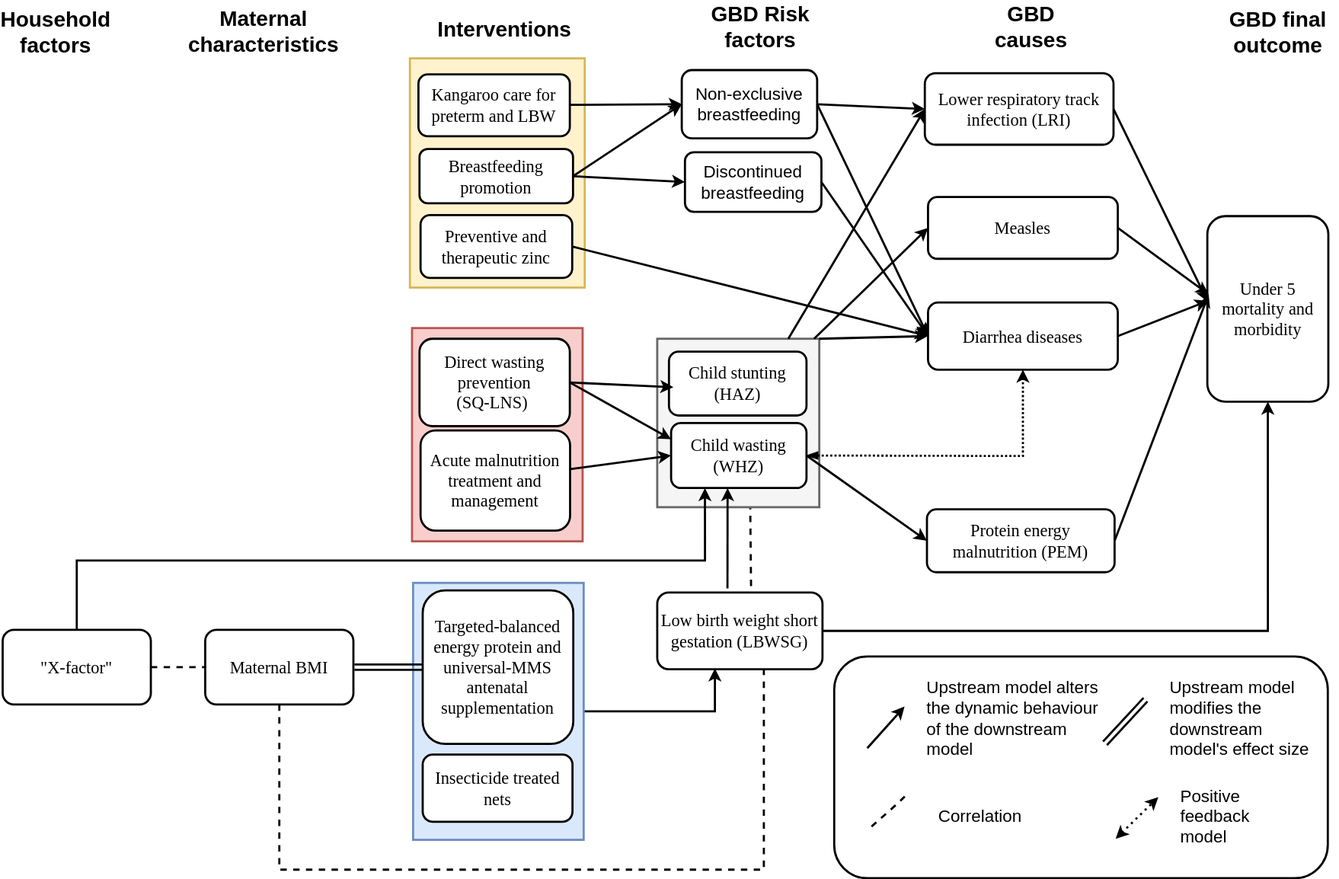
ihmeuw/vivarium_research keeps this draw.io diagram as docs/source/concept_models/vivarium_ciff_sam/am_concept_model_diagram.svg. Above is the earlier version. Source tidied: cells renumbered, new cells last; positions are measured from the earlier drawing's top-left corner, leaving out a move shared by most shapes.
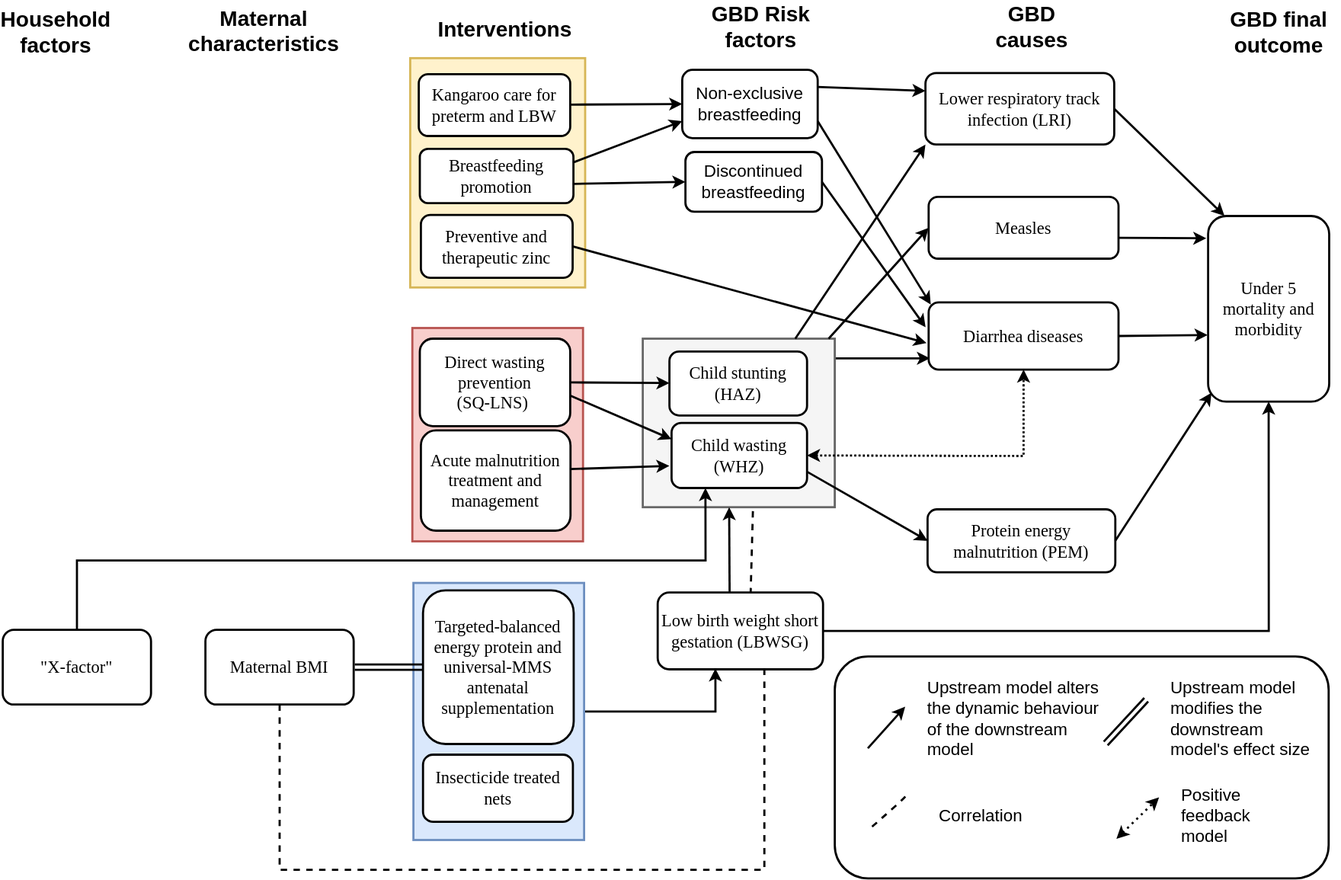
After the commit.

Commit message:
add model 4.5.7 to v and v table

What changed in the source:
```diff
@@ -2,6 +2,9 @@
   <root>
     <mxCell id="0" />
     <mxCell id="1" parent="0" />
+    <mxCell id="53" style="endArrow=classic;html=1;strokeWidth=2;fontSize=16;entryX=0.007;entryY=0.832;entryDx=0;entryDy=0;entryPerimeter=0;exitX=0.961;exitY=0.117;exitDx=0;exitDy=0;exitPerimeter=0;" parent="1" edge="1" source="4" target="59">
+      <mxGeometry relative="1" as="geometry" />
+    </mxCell>
     <mxCell id="2" style="rounded=1;whiteSpace=wrap;html=1;fontSize=16;strokeWidth=2;" parent="1" vertex="1">
       <mxGeometry x="780" y="601" width="463" height="208" as="geometry" />
     </mxCell>
@@ -15,7 +18,7 @@
       </mxGeometry>
     </mxCell>
     <mxCell id="4" style="rounded=0;whiteSpace=wrap;html=1;fontSize=16;strokeWidth=2;fillColor=#f5f5f5;strokeColor=#666666;fontColor=#333333;" parent="1" vertex="1">
-      <mxGeometry x="614" y="303" width="152" height="158" as="geometry" />
+      <mxGeometry x="600" y="303" width="180" height="158" as="geometry" />
     </mxCell>
     <mxCell id="5" style="rounded=0;whiteSpace=wrap;html=1;fontSize=16;strokeWidth=2;fillColor=#fff2cc;strokeColor=#d6b656;" parent="1" vertex="1">
       <mxGeometry x="382" y="40" width="164" height="215" as="geometry" />
@@ -35,9 +38,6 @@
     <mxCell id="10" style="edgeStyle=orthogonalEdgeStyle;rounded=0;jettySize=auto;html=1;entryX=0.5;entryY=1;entryDx=0;entryDy=0;fontSize=16;strokeWidth=2;" parent="1" edge="1" source="11" target="15">
       <mxGeometry relative="1" as="geometry" />
     </mxCell>
-    <mxCell id="11" value="&lt;font style=&quot;font-size: 16px;&quot;&gt;Low birth weight short gestation (LBWSG)&lt;/font&gt;" style="rounded=1;whiteSpace=wrap;html=1;shadow=0;labelBackgroundColor=none;strokeWidth=2;fontFamily=Verdana;fontSize=16;align=center;" parent="1" vertex="1">
-      <mxGeometry x="614" y="541" width="155" height="72" as="geometry" />
-    </mxCell>
     <mxCell id="12" value="&lt;font face=&quot;Verdana&quot; style=&quot;font-size: 16px;&quot;&gt;&lt;span style=&quot;font-size: 16px;&quot;&gt;Protein energy malnutrition&amp;nbsp;(PEM)&lt;/span&gt;&lt;/font&gt;" style="rounded=1;whiteSpace=wrap;html=1;fontSize=16;strokeWidth=2;" parent="1" vertex="1">
       <mxGeometry x="867" y="463" width="176" height="59" as="geometry" />
     </mxCell>
@@ -77,21 +77,21 @@
     <mxCell id="23" value="&lt;font style=&quot;font-size: 16px;&quot;&gt;Child stunting&lt;br style=&quot;font-size: 16px;&quot;&gt;(HAZ)&lt;/font&gt;" style="rounded=1;whiteSpace=wrap;html=1;shadow=0;labelBackgroundColor=none;strokeWidth=2;fontFamily=Verdana;fontSize=16;align=center;" parent="1" vertex="1">
       <mxGeometry x="625" y="315" width="129" height="60" as="geometry" />
     </mxCell>
-    <mxCell id="24" style="endArrow=classic;html=1;fontSize=16;exitX=0.425;exitY=-0.054;exitDx=0;exitDy=0;exitPerimeter=0;strokeWidth=2;" parent="1" edge="1" source="11">
+    <mxCell id="24" style="endArrow=classic;html=1;fontSize=16;strokeWidth=2;exitX=0.435;exitY=0.023;exitDx=0;exitDy=0;exitPerimeter=0;" parent="1" edge="1" source="11">
       <mxGeometry relative="1" as="geometry">
-        <mxPoint x="680" y="443" as="targetPoint" />
+        <mxPoint x="681" y="461" as="targetPoint" />
       </mxGeometry>
     </mxCell>
-    <mxCell id="25" style="endArrow=classic;html=1;exitX=1;exitY=0.5;exitDx=0;exitDy=0;entryX=0;entryY=0.5;entryDx=0;entryDy=0;fontSize=16;strokeWidth=2;" parent="1" edge="1" source="9" target="12">
+    <mxCell id="25" style="endArrow=classic;html=1;entryX=0;entryY=0.5;entryDx=0;entryDy=0;fontSize=16;strokeWidth=2;exitX=1;exitY=0.75;exitDx=0;exitDy=0;" parent="1" edge="1" source="9" target="12">
       <mxGeometry relative="1" as="geometry" />
     </mxCell>
-    <mxCell id="26" style="endArrow=classic;html=1;entryX=0.004;entryY=0.462;entryDx=0;entryDy=0;exitX=1;exitY=0.5;exitDx=0;exitDy=0;entryPerimeter=0;fontSize=16;strokeWidth=2;" parent="1" edge="1" source="14" target="15">
+    <mxCell id="26" style="endArrow=classic;html=1;entryX=0.135;entryY=-0.001;entryDx=0;entryDy=0;exitX=1;exitY=0.5;exitDx=0;exitDy=0;entryPerimeter=0;fontSize=16;strokeWidth=2;" parent="1" edge="1" source="14" target="15">
       <mxGeometry relative="1" as="geometry" />
     </mxCell>
-    <mxCell id="27" style="endArrow=classic;html=1;entryX=0.011;entryY=0.422;entryDx=0;entryDy=0;entryPerimeter=0;exitX=1;exitY=0.5;exitDx=0;exitDy=0;fontSize=16;strokeWidth=2;" parent="1" edge="1" source="13" target="15">
+    <mxCell id="27" style="endArrow=classic;html=1;entryX=-0.015;entryY=0.12;entryDx=0;entryDy=0;entryPerimeter=0;fontSize=16;strokeWidth=2;exitX=1.004;exitY=0.664;exitDx=0;exitDy=0;exitPerimeter=0;" parent="1" edge="1" source="13" target="15">
       <mxGeometry relative="1" as="geometry" />
     </mxCell>
-    <mxCell id="28" style="endArrow=classic;html=1;entryX=0.011;entryY=0.422;entryDx=0;entryDy=0;entryPerimeter=0;exitX=1;exitY=0.5;exitDx=0;exitDy=0;fontSize=16;strokeWidth=2;" parent="1" edge="1" source="12" target="15">
+    <mxCell id="28" style="endArrow=classic;html=1;exitX=1;exitY=0.5;exitDx=0;exitDy=0;fontSize=16;strokeWidth=2;entryX=0.028;entryY=0.952;entryDx=0;entryDy=0;entryPerimeter=0;" parent="1" edge="1" source="12" target="15">
       <mxGeometry relative="1" as="geometry" />
     </mxCell>
     <mxCell id="29" value="Upstream model alters the dynamic behaviour of the downstream model" style="text;html=1;align=left;verticalAlign=middle;whiteSpace=wrap;rounded=0;fontSize=16;strokeWidth=2;" parent="1" vertex="1">
@@ -103,7 +103,7 @@
     <mxCell id="31" value="&lt;span style=&quot;font-size: 16px;&quot;&gt;Acute malnutrition treatment and management&lt;/span&gt;" style="rounded=1;whiteSpace=wrap;html=1;shadow=0;labelBackgroundColor=none;strokeWidth=2;fontFamily=Verdana;fontSize=16;align=center;" parent="1" vertex="1">
       <mxGeometry x="392" y="389" width="140.2" height="94" as="geometry" />
     </mxCell>
-    <mxCell id="32" style="endArrow=classic;html=1;exitX=1;exitY=0.386;exitDx=0;exitDy=0;exitPerimeter=0;entryX=0;entryY=0.5;entryDx=0;entryDy=0;fontSize=16;strokeWidth=2;" parent="1" edge="1" source="31" target="9">
+    <mxCell id="32" style="endArrow=classic;html=1;exitX=1;exitY=0.386;exitDx=0;exitDy=0;exitPerimeter=0;entryX=-0.016;entryY=0.66;entryDx=0;entryDy=0;fontSize=16;strokeWidth=2;entryPerimeter=0;" parent="1" edge="1" source="31" target="9">
       <mxGeometry relative="1" as="geometry" />
     </mxCell>
     <mxCell id="33" value="&lt;span style=&quot;font-size: 16px&quot;&gt;Maternal BMI&lt;/span&gt;" style="rounded=1;whiteSpace=wrap;html=1;shadow=0;labelBackgroundColor=none;strokeWidth=2;fontFamily=Verdana;fontSize=16;align=center;" parent="1" vertex="1">
@@ -126,7 +126,7 @@
     <mxCell id="37" value="Upstream model modifies the downstream model's effect size" style="text;html=1;align=left;verticalAlign=middle;whiteSpace=wrap;rounded=0;fontSize=16;strokeWidth=2;" parent="1" vertex="1">
       <mxGeometry x="1093" y="636.5" width="140" height="44" as="geometry" />
     </mxCell>
-    <mxCell id="38" style="endArrow=classic;html=1;exitX=1;exitY=0.5;exitDx=0;exitDy=0;entryX=0;entryY=0.25;entryDx=0;entryDy=0;fontSize=16;strokeWidth=2;" parent="1" edge="1" source="42" target="9">
+    <mxCell id="38" style="endArrow=classic;html=1;exitX=0.992;exitY=0.645;exitDx=0;exitDy=0;entryX=0;entryY=0.25;entryDx=0;entryDy=0;fontSize=16;strokeWidth=2;exitPerimeter=0;" parent="1" edge="1" source="42" target="9">
       <mxGeometry relative="1" as="geometry" />
     </mxCell>
     <mxCell id="39" value="&lt;font style=&quot;font-size: 16px;&quot;&gt;Non-exclusive breastfeeding&lt;/font&gt;" style="rounded=1;whiteSpace=wrap;html=1;fontSize=16;strokeWidth=2;" parent="1" vertex="1">
@@ -141,16 +141,16 @@
     <mxCell id="42" value="&lt;span style=&quot;font-size: 16px&quot;&gt;Direct wasting prevention &lt;br style=&quot;font-size: 16px&quot;&gt;(&lt;/span&gt;&lt;font style=&quot;font-size: 16px&quot;&gt;SQ-LNS&lt;/font&gt;&lt;span style=&quot;font-size: 16px&quot;&gt;)&amp;nbsp;&lt;/span&gt;" style="rounded=1;whiteSpace=wrap;html=1;shadow=0;labelBackgroundColor=none;strokeWidth=2;fontFamily=Verdana;fontSize=16;align=center;" parent="1" vertex="1">
       <mxGeometry x="391" y="303" width="141" height="82" as="geometry" />
     </mxCell>
-    <mxCell id="43" style="endArrow=classic;html=1;exitX=1;exitY=0.5;exitDx=0;exitDy=0;entryX=0.004;entryY=0.457;entryDx=0;entryDy=0;entryPerimeter=0;fontSize=16;strokeWidth=2;" parent="1" edge="1" source="59" target="15">
+    <mxCell id="43" style="endArrow=classic;html=1;exitX=1;exitY=0.5;exitDx=0;exitDy=0;entryX=-0.004;entryY=0.641;entryDx=0;entryDy=0;entryPerimeter=0;fontSize=16;strokeWidth=2;" parent="1" edge="1" source="59" target="15">
       <mxGeometry relative="1" as="geometry" />
     </mxCell>
-    <mxCell id="44" style="endArrow=classic;html=1;exitX=1;exitY=0.5;exitDx=0;exitDy=0;entryX=0.032;entryY=0.557;entryDx=0;entryDy=0;entryPerimeter=0;fontSize=16;strokeWidth=2;" parent="1" edge="1" source="42" target="23">
+    <mxCell id="44" style="endArrow=classic;html=1;exitX=1;exitY=0.5;exitDx=0;exitDy=0;fontSize=16;strokeWidth=2;" parent="1" edge="1" source="42" target="23">
       <mxGeometry relative="1" as="geometry" />
     </mxCell>
-    <mxCell id="45" style="endArrow=classic;html=1;strokeWidth=2;exitX=1;exitY=0.5;exitDx=0;exitDy=0;entryX=0;entryY=0.5;entryDx=0;entryDy=0;fontSize=16;" parent="1" edge="1" source="48" target="39">
+    <mxCell id="45" style="endArrow=classic;html=1;strokeWidth=2;exitX=1;exitY=0.25;exitDx=0;exitDy=0;entryX=0;entryY=0.75;entryDx=0;entryDy=0;fontSize=16;" parent="1" edge="1" source="48" target="39">
       <mxGeometry relative="1" as="geometry" />
     </mxCell>
-    <mxCell id="46" style="endArrow=classic;html=1;strokeWidth=2;entryX=0;entryY=0.5;entryDx=0;entryDy=0;exitX=1;exitY=0.5;exitDx=0;exitDy=0;fontSize=16;" parent="1" edge="1" source="48" target="40">
+    <mxCell id="46" style="endArrow=classic;html=1;strokeWidth=2;entryX=0;entryY=0.5;entryDx=0;entryDy=0;fontSize=16;exitX=0.997;exitY=0.644;exitDx=0;exitDy=0;exitPerimeter=0;" parent="1" edge="1" source="48" target="40">
       <mxGeometry relative="1" as="geometry" />
     </mxCell>
     <mxCell id="47" value="&lt;span style=&quot;font-size: 16px;&quot;&gt;Preventive and therapeutic zinc&lt;/span&gt;" style="rounded=1;whiteSpace=wrap;html=1;shadow=0;labelBackgroundColor=none;strokeWidth=2;fontFamily=Verdana;fontSize=16;align=center;" parent="1" vertex="1">
@@ -159,22 +159,21 @@
     <mxCell id="48" value="&lt;span style=&quot;font-size: 16px;&quot;&gt;Breastfeeding promotion&lt;/span&gt;" style="rounded=1;whiteSpace=wrap;html=1;shadow=0;labelBackgroundColor=none;strokeWidth=2;fontFamily=Verdana;fontSize=16;align=center;" parent="1" vertex="1">
       <mxGeometry x="391" y="125" width="144" height="51" as="geometry" />
     </mxCell>
-    <mxCell id="49" style="endArrow=classic;html=1;exitX=1;exitY=0.5;exitDx=0;exitDy=0;entryX=0;entryY=0.5;entryDx=0;entryDy=0;fontSize=16;strokeWidth=2;" parent="1" edge="1" source="39" target="14">
+    <mxCell id="49" style="endArrow=classic;html=1;fontSize=16;strokeWidth=2;entryX=0;entryY=0.25;entryDx=0;entryDy=0;exitX=1;exitY=0.25;exitDx=0;exitDy=0;" parent="1" edge="1" source="39" target="14">
       <mxGeometry relative="1" as="geometry" />
     </mxCell>
-    <mxCell id="50" style="endArrow=classic;html=1;exitX=1;exitY=0.5;exitDx=0;exitDy=0;entryX=0;entryY=0.5;entryDx=0;entryDy=0;fontSize=16;strokeWidth=2;" parent="1" edge="1" source="39" target="59">
-      <mxGeometry relative="1" as="geometry" />
+    <mxCell id="50" style="endArrow=classic;html=1;fontSize=16;strokeWidth=2;exitX=1;exitY=0.75;exitDx=0;exitDy=0;" parent="1" edge="1" source="39">
+      <mxGeometry relative="1" as="geometry">
+        <mxPoint x="870" y="271" as="targetPoint" />
+      </mxGeometry>
     </mxCell>
-    <mxCell id="51" style="endArrow=classic;html=1;exitX=1;exitY=0.5;exitDx=0;exitDy=0;entryX=0;entryY=0.5;entryDx=0;entryDy=0;fontSize=16;strokeWidth=2;" parent="1" edge="1" source="40" target="59">
+    <mxCell id="51" style="endArrow=classic;html=1;exitX=1;exitY=0.5;exitDx=0;exitDy=0;entryX=-0.016;entryY=0.37;entryDx=0;entryDy=0;fontSize=16;strokeWidth=2;entryPerimeter=0;" parent="1" edge="1" source="40" target="59">
       <mxGeometry relative="1" as="geometry" />
     </mxCell>
-    <mxCell id="52" style="endArrow=classic;html=1;exitX=1;exitY=0.5;exitDx=0;exitDy=0;entryX=0;entryY=0.5;entryDx=0;entryDy=0;fontSize=16;strokeWidth=2;" parent="1" edge="1" source="47" target="59">
+    <mxCell id="52" style="endArrow=classic;html=1;exitX=1;exitY=0.5;exitDx=0;exitDy=0;entryX=-0.011;entryY=0.604;entryDx=0;entryDy=0;fontSize=16;strokeWidth=2;entryPerimeter=0;" parent="1" edge="1" source="47" target="59">
       <mxGeometry relative="1" as="geometry" />
     </mxCell>
-    <mxCell id="53" style="endArrow=classic;html=1;strokeWidth=2;entryX=0;entryY=0.5;entryDx=0;entryDy=0;exitX=1;exitY=0;exitDx=0;exitDy=0;fontSize=16;" parent="1" edge="1" source="4" target="59">
-      <mxGeometry relative="1" as="geometry" />
-    </mxCell>
-    <mxCell id="54" style="endArrow=classic;html=1;strokeWidth=2;entryX=0;entryY=0.5;entryDx=0;entryDy=0;fontSize=16;" parent="1" edge="1" source="4" target="14">
+    <mxCell id="54" style="endArrow=classic;html=1;strokeWidth=2;fontSize=16;entryX=0;entryY=1;entryDx=0;entryDy=0;" parent="1" edge="1" source="4" target="14">
       <mxGeometry relative="1" as="geometry" />
     </mxCell>
     <mxCell id="55" style="endArrow=classic;html=1;strokeWidth=2;entryX=0;entryY=0.5;entryDx=0;entryDy=0;exitX=0.968;exitY=0;exitDx=0;exitDy=0;exitPerimeter=0;fontSize=16;" parent="1" edge="1" source="4" target="13">
@@ -195,17 +194,15 @@
     <mxCell id="59" value="&lt;font style=&quot;font-size: 16px;&quot; face=&quot;Verdana&quot;&gt;Diarrhea diseases&lt;/font&gt;" style="rounded=1;whiteSpace=wrap;html=1;fontSize=16;strokeWidth=2;" parent="1" vertex="1">
       <mxGeometry x="868" y="269" width="178" height="63" as="geometry" />
     </mxCell>
-    <mxCell id="60" style="endArrow=classic;startArrow=blockThin;html=1;strokeWidth=2;startFill=1;jumpSize=8;targetPerimeterSpacing=0;sourcePerimeterSpacing=0;exitX=1;exitY=0.5;exitDx=0;exitDy=0;rounded=0;shadow=0;entryX=0.5;entryY=1;entryDx=0;entryDy=0;fontSize=16;dashed=1;dashPattern=1 1;" parent="1" edge="1" source="9" target="59">
+    <mxCell id="60" style="endArrow=classic;startArrow=classic;html=1;strokeWidth=2;startFill=1;jumpSize=8;targetPerimeterSpacing=0;sourcePerimeterSpacing=0;exitX=1;exitY=0.5;exitDx=0;exitDy=0;rounded=0;shadow=0;entryX=0.5;entryY=1;entryDx=0;entryDy=0;fontSize=16;dashed=1;dashPattern=1 1;endFill=1;" parent="1" edge="1" source="9" target="59">
       <mxGeometry relative="1" as="geometry">
         <Array as="points">
           <mxPoint x="957" y="413" />
         </Array>
       </mxGeometry>
     </mxCell>
-    <mxCell id="61" style="endArrow=none;dashed=1;html=1;entryX=0.574;entryY=1.006;entryDx=0;entryDy=0;entryPerimeter=0;fontSize=16;strokeWidth=2;rounded=0;" parent="1" edge="1" target="4">
-      <mxGeometry relative="1" as="geometry">
-        <mxPoint x="702" y="535" as="sourcePoint" />
-      </mxGeometry>
+    <mxCell id="61" style="endArrow=none;dashed=1;html=1;entryX=0.574;entryY=1.006;entryDx=0;entryDy=0;entryPerimeter=0;fontSize=16;strokeWidth=2;rounded=0;exitX=0.562;exitY=0.023;exitDx=0;exitDy=0;exitPerimeter=0;" parent="1" edge="1" source="11" target="4">
+      <mxGeometry relative="1" as="geometry" />
     </mxCell>
     <mxCell id="62" value="Household factors" style="text;html=1;align=center;verticalAlign=middle;whiteSpace=wrap;rounded=0;strokeWidth=2;fontSize=20;fontStyle=1;" parent="1" vertex="1">
       <mxGeometry x="30" y="5" width="40" height="20" as="geometry" />
@@ -221,9 +218,6 @@
     <mxCell id="64" value="&lt;span style=&quot;font-size: 16px&quot;&gt;&quot;X-factor&quot;&lt;/span&gt;" style="rounded=1;whiteSpace=wrap;html=1;shadow=0;labelBackgroundColor=none;strokeWidth=2;fontFamily=Verdana;fontSize=16;align=center;" parent="1" vertex="1">
       <mxGeometry y="576" width="139" height="70" as="geometry" />
     </mxCell>
-    <mxCell id="65" style="endArrow=none;dashed=1;html=1;fontSize=16;exitX=1;exitY=0.5;exitDx=0;exitDy=0;entryX=0;entryY=0.5;entryDx=0;entryDy=0;strokeWidth=2;" parent="1" edge="1" source="64" target="33">
-      <mxGeometry relative="1" as="geometry" />
-    </mxCell>
     <mxCell id="66" style="endArrow=none;dashed=1;html=1;fontSize=16;strokeWidth=2;" parent="1" edge="1">
       <mxGeometry relative="1" as="geometry">
         <mxPoint x="815" y="760.5" as="sourcePoint" />
@@ -233,5 +227,8 @@
         </Array>
       </mxGeometry>
     </mxCell>
+    <mxCell id="11" value="&lt;font style=&quot;font-size: 16px;&quot;&gt;Low birth weight short gestation (LBWSG)&lt;/font&gt;" style="rounded=1;whiteSpace=wrap;html=1;shadow=0;labelBackgroundColor=none;strokeWidth=2;fontFamily=Verdana;fontSize=16;align=center;" parent="1" vertex="1">
+      <mxGeometry x="614" y="541" width="155" height="72" as="geometry" />
+    </mxCell>
   </root>
 </mxGraphModel>
```
